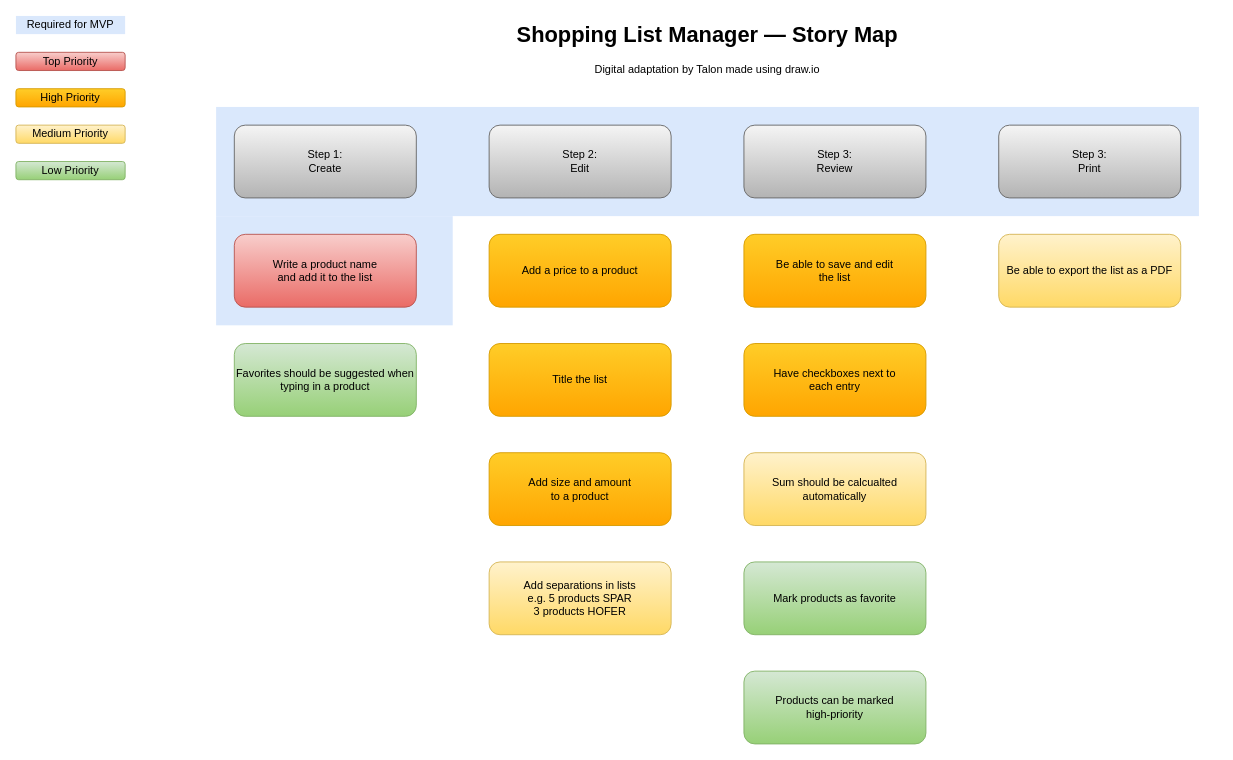
Before: documentation/StoryMap.drawio in OktalonSzoradi/hcw-1-shopping-list-management, a draw.io diagram. Source tidied: cells renumbered, new cells numbered last; positions are measured from the earlier drawing's top-left corner, leaving out a move shared by most shapes. Both pictures are drawn from the tidied source at 91%, with x=0, y=0 at pixel (15, 15).
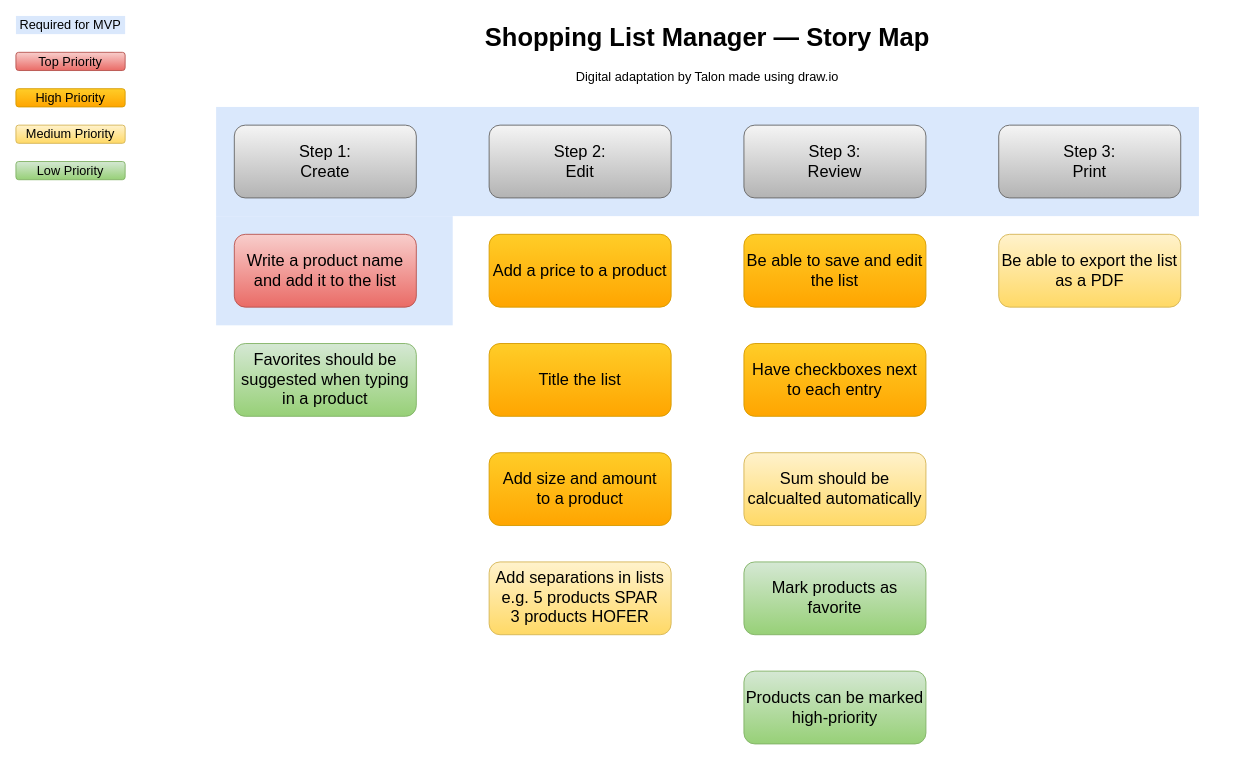
The same diagram, later.

Commit message (it also covers changes not shown here):
PROTOCOL: Increase font size of digitized Story Map

What changed in the source:
```diff
@@
-    <mxCell id="2" style="rounded=0;whiteSpace=wrap;html=1;fillColor=#dae8fc;strokeColor=none;" parent="1" vertex="1">
+    <mxCell id="2" style="rounded=0;whiteSpace=wrap;html=1;fillColor=#dae8fc;strokeColor=none;fontSize=18;" parent="1" vertex="1">
       <mxGeometry x="220" y="220" width="260" height="120" as="geometry" />
     </mxCell>
-    <mxCell id="3" style="rounded=0;whiteSpace=wrap;html=1;fillColor=#dae8fc;strokeColor=none;" parent="1" vertex="1">
+    <mxCell id="3" style="rounded=0;whiteSpace=wrap;html=1;fillColor=#dae8fc;strokeColor=none;fontSize=18;" parent="1" vertex="1">
       <mxGeometry x="220" y="100" width="1080" height="120" as="geometry" />
     </mxCell>
-    <mxCell id="4" value="Step 1:&lt;div&gt;Create&lt;/div&gt;" style="rounded=1;whiteSpace=wrap;html=1;fillColor=#f5f5f5;gradientColor=#b3b3b3;strokeColor=#666666;" parent="1" vertex="1">
+    <mxCell id="4" value="Step 1:&lt;div&gt;Create&lt;/div&gt;" style="rounded=1;whiteSpace=wrap;html=1;fillColor=#f5f5f5;gradientColor=#b3b3b3;strokeColor=#666666;fontSize=18;" parent="1" vertex="1">
       <mxGeometry x="240" y="120" width="200" height="80" as="geometry" />
     </mxCell>
-    <mxCell id="5" value="Step 2:&lt;div&gt;Edit&lt;/div&gt;" style="rounded=1;whiteSpace=wrap;html=1;fillColor=#f5f5f5;gradientColor=#b3b3b3;strokeColor=#666666;" parent="1" vertex="1">
+    <mxCell id="5" value="Step 2:&lt;div&gt;Edit&lt;/div&gt;" style="rounded=1;whiteSpace=wrap;html=1;fillColor=#f5f5f5;gradientColor=#b3b3b3;strokeColor=#666666;fontSize=18;" parent="1" vertex="1">
       <mxGeometry x="520" y="120" width="200" height="80" as="geometry" />
     </mxCell>
-    <mxCell id="6" value="Step 3:&lt;div&gt;Review&lt;/div&gt;" style="rounded=1;whiteSpace=wrap;html=1;fillColor=#f5f5f5;gradientColor=#b3b3b3;strokeColor=#666666;" parent="1" vertex="1">
+    <mxCell id="6" value="Step 3:&lt;div&gt;Review&lt;/div&gt;" style="rounded=1;whiteSpace=wrap;html=1;fillColor=#f5f5f5;gradientColor=#b3b3b3;strokeColor=#666666;fontSize=18;" parent="1" vertex="1">
       <mxGeometry x="800" y="120" width="200" height="80" as="geometry" />
     </mxCell>
-    <mxCell id="7" value="Step 3:&lt;div&gt;Print&lt;/div&gt;" style="rounded=1;whiteSpace=wrap;html=1;fillColor=#f5f5f5;gradientColor=#b3b3b3;strokeColor=#666666;" parent="1" vertex="1">
+    <mxCell id="7" value="Step 3:&lt;div&gt;Print&lt;/div&gt;" style="rounded=1;whiteSpace=wrap;html=1;fillColor=#f5f5f5;gradientColor=#b3b3b3;strokeColor=#666666;fontSize=18;" parent="1" vertex="1">
       <mxGeometry x="1080" y="120" width="200" height="80" as="geometry" />
     </mxCell>
-    <mxCell id="8" value="&lt;h1 style=&quot;margin-top: 0px;&quot;&gt;Shopping List Manager — Story Map&lt;/h1&gt;&lt;p&gt;Digital adaptation by Talon made using draw.io&lt;/p&gt;" style="text;html=1;whiteSpace=wrap;overflow=hidden;rounded=0;align=center;" parent="1" vertex="1">
+    <mxCell id="8" value="&lt;h1 style=&quot;margin-top: 0px;&quot;&gt;Shopping List Manager — Story Map&lt;/h1&gt;&lt;p&gt;Digital adaptation by Talon made using draw.io&lt;/p&gt;" style="text;html=1;whiteSpace=wrap;overflow=hidden;rounded=0;align=center;fontSize=14;" parent="1" vertex="1">
       <mxGeometry x="200" width="1120" height="80" as="geometry" />
     </mxCell>
-    <mxCell id="9" value="Write a product name&lt;div&gt;and add it to the list&lt;/div&gt;" style="rounded=1;whiteSpace=wrap;html=1;fillColor=#f8cecc;gradientColor=#ea6b66;strokeColor=#b85450;" parent="1" vertex="1">
+    <mxCell id="9" value="Write a product name&lt;div&gt;and add it to the list&lt;/div&gt;" style="rounded=1;whiteSpace=wrap;html=1;fillColor=#f8cecc;gradientColor=#ea6b66;strokeColor=#b85450;fontSize=18;" parent="1" vertex="1">
       <mxGeometry x="240" y="240" width="200" height="80" as="geometry" />
     </mxCell>
-    <mxCell id="10" value="Favorites should be suggested when typing in a product" style="rounded=1;whiteSpace=wrap;html=1;fillColor=#d5e8d4;gradientColor=#97d077;strokeColor=#82b366;" parent="1" vertex="1">
+    <mxCell id="10" value="Favorites should be suggested when typing in a product" style="rounded=1;whiteSpace=wrap;html=1;fillColor=#d5e8d4;gradientColor=#97d077;strokeColor=#82b366;fontSize=18;" parent="1" vertex="1">
       <mxGeometry x="240" y="360" width="200" height="80" as="geometry" />
     </mxCell>
-    <mxCell id="11" value="Add a price to a product" style="rounded=1;whiteSpace=wrap;html=1;fillColor=#ffcd28;gradientColor=#ffa500;strokeColor=#d79b00;" parent="1" vertex="1">
+    <mxCell id="11" value="Add a price to a product" style="rounded=1;whiteSpace=wrap;html=1;fillColor=#ffcd28;gradientColor=#ffa500;strokeColor=#d79b00;fontSize=18;" parent="1" vertex="1">
       <mxGeometry x="520" y="240" width="200" height="80" as="geometry" />
     </mxCell>
-    <mxCell id="12" value="Title the list" style="rounded=1;whiteSpace=wrap;html=1;fillColor=#ffcd28;gradientColor=#ffa500;strokeColor=#d79b00;" parent="1" vertex="1">
+    <mxCell id="12" value="Title the list" style="rounded=1;whiteSpace=wrap;html=1;fillColor=#ffcd28;gradientColor=#ffa500;strokeColor=#d79b00;fontSize=18;" parent="1" vertex="1">
       <mxGeometry x="520" y="360" width="200" height="80" as="geometry" />
     </mxCell>
-    <mxCell id="13" value="Add size and amount&lt;div&gt;to a product&lt;/div&gt;" style="rounded=1;whiteSpace=wrap;html=1;fillColor=#ffcd28;gradientColor=#ffa500;strokeColor=#d79b00;" parent="1" vertex="1">
+    <mxCell id="13" value="Add size and amount&lt;div&gt;to a product&lt;/div&gt;" style="rounded=1;whiteSpace=wrap;html=1;fillColor=#ffcd28;gradientColor=#ffa500;strokeColor=#d79b00;fontSize=18;" parent="1" vertex="1">
       <mxGeometry x="520" y="480" width="200" height="80" as="geometry" />
     </mxCell>
-    <mxCell id="14" value="Be able to save and edit&lt;div&gt;the list&lt;/div&gt;" style="rounded=1;whiteSpace=wrap;html=1;fillColor=#ffcd28;gradientColor=#ffa500;strokeColor=#d79b00;" parent="1" vertex="1">
+    <mxCell id="14" value="Be able to save and edit&lt;div&gt;the list&lt;/div&gt;" style="rounded=1;whiteSpace=wrap;html=1;fillColor=#ffcd28;gradientColor=#ffa500;strokeColor=#d79b00;fontSize=18;" parent="1" vertex="1">
       <mxGeometry x="800" y="240" width="200" height="80" as="geometry" />
     </mxCell>
-    <mxCell id="15" value="Have checkboxes next to&lt;div&gt;each entry&lt;/div&gt;" style="rounded=1;whiteSpace=wrap;html=1;fillColor=#ffcd28;gradientColor=#ffa500;strokeColor=#d79b00;" parent="1" vertex="1">
+    <mxCell id="15" value="Have checkboxes next to&amp;nbsp;&lt;span style=&quot;background-color: transparent; color: light-dark(rgb(0, 0, 0), rgb(255, 255, 255));&quot;&gt;each entry&lt;/span&gt;" style="rounded=1;whiteSpace=wrap;html=1;fillColor=#ffcd28;gradientColor=#ffa500;strokeColor=#d79b00;fontSize=18;" parent="1" vertex="1">
       <mxGeometry x="800" y="360" width="200" height="80" as="geometry" />
     </mxCell>
-    <mxCell id="16" value="Add separations in lists&lt;div&gt;e.g. 5 products SPAR&lt;/div&gt;&lt;div&gt;3 products HOFER&lt;/div&gt;" style="rounded=1;whiteSpace=wrap;html=1;fillColor=#fff2cc;gradientColor=#ffd966;strokeColor=#d6b656;" parent="1" vertex="1">
+    <mxCell id="16" value="Add separations in lists&lt;div&gt;e.g. 5 products SPAR&lt;/div&gt;&lt;div&gt;3 products HOFER&lt;/div&gt;" style="rounded=1;whiteSpace=wrap;html=1;fillColor=#fff2cc;gradientColor=#ffd966;strokeColor=#d6b656;fontSize=18;" parent="1" vertex="1">
       <mxGeometry x="520" y="600" width="200" height="80" as="geometry" />
     </mxCell>
-    <mxCell id="17" value="Sum should be calcualted automatically" style="rounded=1;whiteSpace=wrap;html=1;fillColor=#fff2cc;gradientColor=#ffd966;strokeColor=#d6b656;" parent="1" vertex="1">
+    <mxCell id="17" value="Sum should be calcualted automatically" style="rounded=1;whiteSpace=wrap;html=1;fillColor=#fff2cc;gradientColor=#ffd966;strokeColor=#d6b656;fontSize=18;" parent="1" vertex="1">
       <mxGeometry x="800" y="480" width="200" height="80" as="geometry" />
     </mxCell>
-    <mxCell id="18" value="Be able to export the list as a PDF" style="rounded=1;whiteSpace=wrap;html=1;fillColor=#fff2cc;gradientColor=#ffd966;strokeColor=#d6b656;" parent="1" vertex="1">
+    <mxCell id="18" value="Be able to export the list as a PDF" style="rounded=1;whiteSpace=wrap;html=1;fillColor=#fff2cc;gradientColor=#ffd966;strokeColor=#d6b656;fontSize=18;" parent="1" vertex="1">
       <mxGeometry x="1080" y="240" width="200" height="80" as="geometry" />
     </mxCell>
-    <mxCell id="19" value="Mark products as favorite" style="rounded=1;whiteSpace=wrap;html=1;fillColor=#d5e8d4;gradientColor=#97d077;strokeColor=#82b366;" parent="1" vertex="1">
+    <mxCell id="19" value="Mark products as favorite" style="rounded=1;whiteSpace=wrap;html=1;fillColor=#d5e8d4;gradientColor=#97d077;strokeColor=#82b366;fontSize=18;" parent="1" vertex="1">
       <mxGeometry x="800" y="600" width="200" height="80" as="geometry" />
     </mxCell>
-    <mxCell id="20" value="Products can be marked&lt;div&gt;high-priority&lt;/div&gt;" style="rounded=1;whiteSpace=wrap;html=1;fillColor=#d5e8d4;gradientColor=#97d077;strokeColor=#82b366;" parent="1" vertex="1">
+    <mxCell id="20" value="Products can be marked&lt;div&gt;high-priority&lt;/div&gt;" style="rounded=1;whiteSpace=wrap;html=1;fillColor=#d5e8d4;gradientColor=#97d077;strokeColor=#82b366;fontSize=18;" parent="1" vertex="1">
       <mxGeometry x="800" y="720" width="200" height="80" as="geometry" />
     </mxCell>
-    <mxCell id="21" value="Top Priority" style="rounded=1;whiteSpace=wrap;html=1;fillColor=#f8cecc;gradientColor=#ea6b66;strokeColor=#b85450;" parent="1" vertex="1">
+    <mxCell id="21" value="Top Priority" style="rounded=1;whiteSpace=wrap;html=1;fillColor=#f8cecc;gradientColor=#ea6b66;strokeColor=#b85450;fontSize=14;" parent="1" vertex="1">
       <mxGeometry y="40" width="120" height="20" as="geometry" />
     </mxCell>
-    <mxCell id="22" value="High Priority" style="rounded=1;whiteSpace=wrap;html=1;fillColor=#ffcd28;gradientColor=#ffa500;strokeColor=#d79b00;" parent="1" vertex="1">
+    <mxCell id="22" value="High Priority" style="rounded=1;whiteSpace=wrap;html=1;fillColor=#ffcd28;gradientColor=#ffa500;strokeColor=#d79b00;fontSize=14;" parent="1" vertex="1">
       <mxGeometry y="80" width="120" height="20" as="geometry" />
     </mxCell>
-    <mxCell id="23" value="Medium Priority" style="rounded=1;whiteSpace=wrap;html=1;fillColor=#fff2cc;gradientColor=#ffd966;strokeColor=#d6b656;" parent="1" vertex="1">
+    <mxCell id="23" value="Medium Priority" style="rounded=1;whiteSpace=wrap;html=1;fillColor=#fff2cc;gradientColor=#ffd966;strokeColor=#d6b656;fontSize=14;" parent="1" vertex="1">
       <mxGeometry y="120" width="120" height="20" as="geometry" />
     </mxCell>
-    <mxCell id="24" value="Low Priority" style="rounded=1;whiteSpace=wrap;html=1;fillColor=#d5e8d4;gradientColor=#97d077;strokeColor=#82b366;" parent="1" vertex="1">
+    <mxCell id="24" value="Low Priority" style="rounded=1;whiteSpace=wrap;html=1;fillColor=#d5e8d4;gradientColor=#97d077;strokeColor=#82b366;fontSize=14;" parent="1" vertex="1">
       <mxGeometry y="160" width="120" height="20" as="geometry" />
     </mxCell>
-    <mxCell id="25" value="Required for MVP" style="rounded=0;whiteSpace=wrap;html=1;fillColor=#dae8fc;strokeColor=none;" parent="1" vertex="1">
+    <mxCell id="25" value="Required for MVP" style="rounded=0;whiteSpace=wrap;html=1;fillColor=#dae8fc;strokeColor=none;fontSize=14;" parent="1" vertex="1">
       <mxGeometry width="120" height="20" as="geometry" />
     </mxCell>
```
